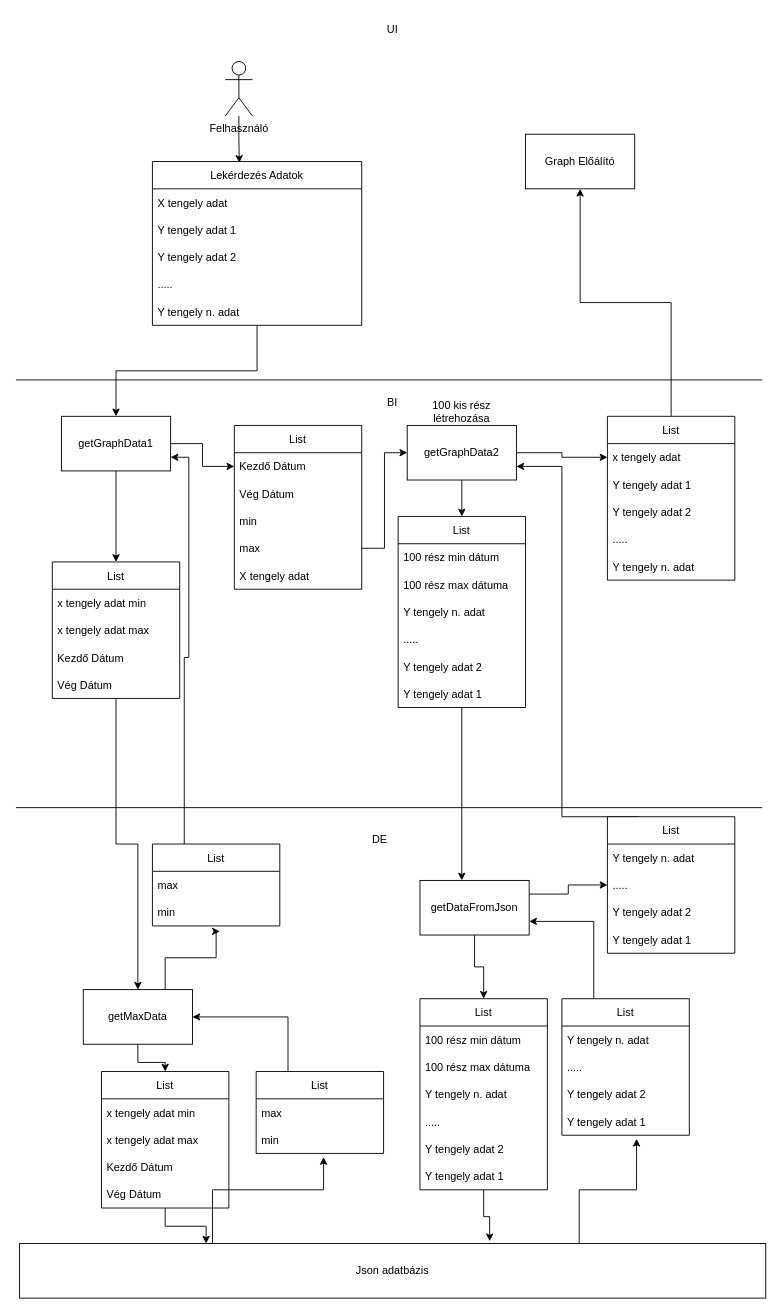
The draw.io diagram Megnevezetlen diagram.drawio in Cryptologusok/criptologusok, before the edit. Source tidied: cells renumbered, new cells numbered last; positions are measured from the earlier drawing's top-left corner, leaving out a move shared by most shapes. Both pictures are drawn from the tidied source at 91%, with x=0, y=0 at pixel (15, 15).
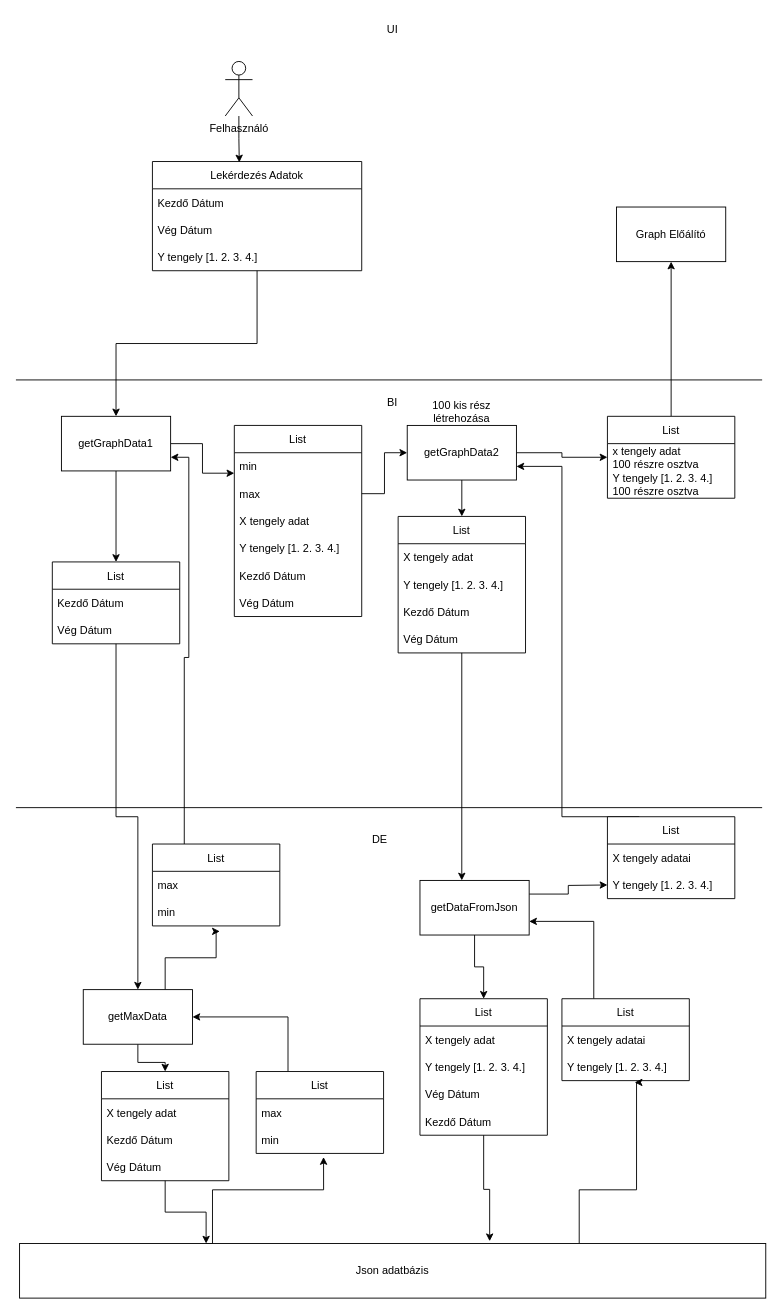
The same page after the edit.

The change refers to these unchanged cells:
```xml
<mxCell id="30" value="Json adatbázis" style="rounded=0;whiteSpace=wrap;html=1;" parent="1" vertex="1">
  <mxGeometry x="4" y="1349" width="820" height="60" as="geometry" />
</mxCell>
<mxCell id="66" value="getDataFromJson" style="rounded=0;whiteSpace=wrap;html=1;" parent="1" vertex="1">
  <mxGeometry x="444" y="950" width="120" height="60" as="geometry" />
</mxCell>
```

Diff of the diagram source:
```diff
@@
     <mxCell id="3" value="Lekérdezés Adatok" style="swimlane;fontStyle=0;horizontal=1;startSize=30;" parent="1" vertex="1">
-      <mxGeometry x="150" y="160" width="230" height="180" as="geometry" />
+      <mxGeometry x="150" y="160" width="230" height="120" as="geometry" />
     </mxCell>
-    <mxCell id="4" value="X tengely adat" style="text;strokeColor=none;fillColor=none;align=left;verticalAlign=middle;spacingLeft=4;spacingRight=4;overflow=hidden;" parent="3" vertex="1">
-      <mxGeometry y="30" width="230" height="30" as="geometry" />
-    </mxCell>
-    <mxCell id="5" value="Y tengely adat 1" style="text;strokeColor=none;fillColor=none;align=left;verticalAlign=middle;spacingLeft=4;spacingRight=4;overflow=hidden;" parent="3" vertex="1">
-      <mxGeometry y="60" width="230" height="30" as="geometry" />
-    </mxCell>
-    <mxCell id="6" value="Y tengely adat 2" style="text;strokeColor=none;fillColor=none;align=left;verticalAlign=middle;spacingLeft=4;spacingRight=4;overflow=hidden;" parent="3" vertex="1">
-      <mxGeometry y="90" width="230" height="30" as="geometry" />
-    </mxCell>
-    <mxCell id="7" value="....." style="text;strokeColor=none;fillColor=none;align=left;verticalAlign=middle;spacingLeft=4;spacingRight=4;overflow=hidden;" parent="3" vertex="1">
-      <mxGeometry y="120" width="230" height="30" as="geometry" />
-    </mxCell>
+    <mxCell id="49" value="Kezdő Dátum" style="text;strokeColor=none;fillColor=none;align=left;verticalAlign=middle;spacingLeft=4;spacingRight=4;overflow=hidden;" parent="3" vertex="1">
+      <mxGeometry y="30" width="230" height="30" as="geometry" />
+    </mxCell>
+    <mxCell id="50" value="Vég Dátum" style="text;strokeColor=none;fillColor=none;align=left;verticalAlign=middle;spacingLeft=4;spacingRight=4;overflow=hidden;" parent="3" vertex="1">
+      <mxGeometry y="60" width="230" height="30" as="geometry" />
+    </mxCell>
-    <mxCell id="8" value="Y tengely n. adat" style="text;strokeColor=none;fillColor=none;align=left;verticalAlign=middle;spacingLeft=4;spacingRight=4;overflow=hidden;" parent="3" vertex="1">
-      <mxGeometry y="150" width="230" height="30" as="geometry" />
+    <mxCell id="8" value="Y tengely [1. 2. 3. 4.]" style="text;strokeColor=none;fillColor=none;align=left;verticalAlign=middle;spacingLeft=4;spacingRight=4;overflow=hidden;" parent="3" vertex="1">
+      <mxGeometry y="90" width="230" height="30" as="geometry" />
     </mxCell>
@@
     <mxCell id="18" value="List" style="swimlane;fontStyle=0;horizontal=1;startSize=30;" parent="1" vertex="1">
-      <mxGeometry x="40" y="600" width="140" height="150" as="geometry" />
+      <mxGeometry x="40" y="600" width="140" height="90" as="geometry" />
     </mxCell>
-    <mxCell id="19" value="x tengely adat min" style="text;strokeColor=none;fillColor=none;align=left;verticalAlign=middle;spacingLeft=4;spacingRight=4;overflow=hidden;" parent="18" vertex="1">
-      <mxGeometry y="30" width="140" height="30" as="geometry" />
-    </mxCell>
-    <mxCell id="20" value="x tengely adat max" style="text;strokeColor=none;fillColor=none;align=left;verticalAlign=middle;spacingLeft=4;spacingRight=4;overflow=hidden;" parent="18" vertex="1">
-      <mxGeometry y="60" width="140" height="30" as="geometry" />
-    </mxCell>
     <mxCell id="21" value="Kezdő Dátum" style="text;strokeColor=none;fillColor=none;align=left;verticalAlign=middle;spacingLeft=4;spacingRight=4;overflow=hidden;" parent="18" vertex="1">
-      <mxGeometry y="90" width="140" height="30" as="geometry" />
+      <mxGeometry y="30" width="140" height="30" as="geometry" />
     </mxCell>
     <mxCell id="22" value="Vég Dátum" style="text;strokeColor=none;fillColor=none;align=left;verticalAlign=middle;spacingLeft=4;spacingRight=4;overflow=hidden;" parent="18" vertex="1">
-      <mxGeometry y="120" width="140" height="30" as="geometry" />
+      <mxGeometry y="60" width="140" height="30" as="geometry" />
     </mxCell>
@@
-    <mxCell id="29" style="edgeStyle=orthogonalEdgeStyle;rounded=0;jettySize=auto;html=1;exitX=0.75;exitY=0;exitDx=0;exitDy=0;entryX=0.586;entryY=1.133;entryDx=0;entryDy=0;entryPerimeter=0;" parent="1" edge="1" source="30" target="80">
+    <mxCell id="29" style="edgeStyle=orthogonalEdgeStyle;rounded=0;jettySize=auto;html=1;exitX=0.75;exitY=0;exitDx=0;exitDy=0;entryX=0.571;entryY=1.067;entryDx=0;entryDy=0;entryPerimeter=0;" parent="1" edge="1" source="30" target="107">
       <mxGeometry relative="1" as="geometry">
         <Array as="points">
           <mxPoint x="619" y="1290" />
           <mxPoint x="682" y="1290" />
+          <mxPoint x="682" y="1172" />
         </Array>
       </mxGeometry>
     </mxCell>
@@
     <mxCell id="32" value="List" style="swimlane;fontStyle=0;horizontal=1;startSize=30;" parent="1" vertex="1">
-      <mxGeometry x="94" y="1160" width="140" height="150" as="geometry" />
+      <mxGeometry x="94" y="1160" width="140" height="120" as="geometry" />
     </mxCell>
-    <mxCell id="33" value="x tengely adat min" style="text;strokeColor=none;fillColor=none;align=left;verticalAlign=middle;spacingLeft=4;spacingRight=4;overflow=hidden;" parent="32" vertex="1">
-      <mxGeometry y="30" width="140" height="30" as="geometry" />
-    </mxCell>
-    <mxCell id="34" value="x tengely adat max" style="text;strokeColor=none;fillColor=none;align=left;verticalAlign=middle;spacingLeft=4;spacingRight=4;overflow=hidden;" parent="32" vertex="1">
-      <mxGeometry y="60" width="140" height="30" as="geometry" />
-    </mxCell>
+    <mxCell id="4" value="X tengely adat" style="text;strokeColor=none;fillColor=none;align=left;verticalAlign=middle;spacingLeft=4;spacingRight=4;overflow=hidden;" parent="32" vertex="1">
+      <mxGeometry y="30" width="140" height="30" as="geometry" />
+    </mxCell>
     <mxCell id="35" value="Kezdő Dátum" style="text;strokeColor=none;fillColor=none;align=left;verticalAlign=middle;spacingLeft=4;spacingRight=4;overflow=hidden;" parent="32" vertex="1">
-      <mxGeometry y="90" width="140" height="30" as="geometry" />
+      <mxGeometry y="60" width="140" height="30" as="geometry" />
     </mxCell>
     <mxCell id="36" value="Vég Dátum" style="text;strokeColor=none;fillColor=none;align=left;verticalAlign=middle;spacingLeft=4;spacingRight=4;overflow=hidden;" parent="32" vertex="1">
-      <mxGeometry y="120" width="140" height="30" as="geometry" />
+      <mxGeometry y="90" width="140" height="30" as="geometry" />
     </mxCell>
@@
     <mxCell id="48" value="List" style="swimlane;fontStyle=0;horizontal=1;startSize=30;" parent="1" vertex="1">
-      <mxGeometry x="240" y="450" width="140" height="180" as="geometry" />
+      <mxGeometry x="240" y="450" width="140" height="210" as="geometry" />
     </mxCell>
-    <mxCell id="49" value="Kezdő Dátum" style="text;strokeColor=none;fillColor=none;align=left;verticalAlign=middle;spacingLeft=4;spacingRight=4;overflow=hidden;" parent="48" vertex="1">
-      <mxGeometry y="30" width="140" height="30" as="geometry" />
-    </mxCell>
-    <mxCell id="50" value="Vég Dátum" style="text;strokeColor=none;fillColor=none;align=left;verticalAlign=middle;spacingLeft=4;spacingRight=4;overflow=hidden;" parent="48" vertex="1">
-      <mxGeometry y="60" width="140" height="30" as="geometry" />
-    </mxCell>
     <mxCell id="51" value="min" style="text;strokeColor=none;fillColor=none;align=left;verticalAlign=middle;spacingLeft=4;spacingRight=4;overflow=hidden;" parent="48" vertex="1">
-      <mxGeometry y="90" width="140" height="30" as="geometry" />
+      <mxGeometry y="30" width="140" height="30" as="geometry" />
     </mxCell>
     <mxCell id="52" value="max" style="text;strokeColor=none;fillColor=none;align=left;verticalAlign=middle;spacingLeft=4;spacingRight=4;overflow=hidden;points=[[0,0.5],[1,0.5]];portConstraint=eastwest;" parent="48" vertex="1">
-      <mxGeometry y="120" width="140" height="30" as="geometry" />
+      <mxGeometry y="60" width="140" height="30" as="geometry" />
     </mxCell>
     <mxCell id="53" value="X tengely adat" style="text;strokeColor=none;fillColor=none;align=left;verticalAlign=middle;spacingLeft=4;spacingRight=4;overflow=hidden;" parent="48" vertex="1">
-      <mxGeometry y="150" width="140" height="30" as="geometry" />
+      <mxGeometry y="90" width="140" height="30" as="geometry" />
     </mxCell>
+    <mxCell id="95" value="Y tengely [1. 2. 3. 4.]" style="text;strokeColor=none;fillColor=none;align=left;verticalAlign=middle;spacingLeft=4;spacingRight=4;overflow=hidden;" parent="48" vertex="1">
+      <mxGeometry y="120" width="140" height="30" as="geometry" />
+    </mxCell>
+    <mxCell id="96" value="Kezdő Dátum" style="text;strokeColor=none;fillColor=none;align=left;verticalAlign=middle;spacingLeft=4;spacingRight=4;overflow=hidden;" parent="48" vertex="1">
+      <mxGeometry y="150" width="140" height="30" as="geometry" />
+    </mxCell>
+    <mxCell id="97" value="Vég Dátum" style="text;strokeColor=none;fillColor=none;align=left;verticalAlign=middle;spacingLeft=4;spacingRight=4;overflow=hidden;" parent="48" vertex="1">
+      <mxGeometry y="180" width="140" height="30" as="geometry" />
+    </mxCell>
@@
     <mxCell id="56" value="List" style="swimlane;fontStyle=0;horizontal=1;startSize=30;" parent="1" vertex="1">
-      <mxGeometry x="420" y="550" width="140" height="210" as="geometry" />
+      <mxGeometry x="420" y="550" width="140" height="150" as="geometry" />
     </mxCell>
-    <mxCell id="57" value="100 rész min dátum" style="text;strokeColor=none;fillColor=none;align=left;verticalAlign=middle;spacingLeft=4;spacingRight=4;overflow=hidden;" parent="56" vertex="1">
-      <mxGeometry y="30" width="140" height="30" as="geometry" />
-    </mxCell>
-    <mxCell id="58" value="100 rész max dátuma" style="text;strokeColor=none;fillColor=none;align=left;verticalAlign=middle;spacingLeft=4;spacingRight=4;overflow=hidden;" parent="56" vertex="1">
-      <mxGeometry y="60" width="140" height="30" as="geometry" />
-    </mxCell>
-    <mxCell id="59" value="Y tengely n. adat" style="text;strokeColor=none;fillColor=none;align=left;verticalAlign=middle;spacingLeft=4;spacingRight=4;overflow=hidden;" parent="56" vertex="1">
-      <mxGeometry y="90" width="140" height="30" as="geometry" />
-    </mxCell>
-    <mxCell id="60" value="....." style="text;strokeColor=none;fillColor=none;align=left;verticalAlign=middle;spacingLeft=4;spacingRight=4;overflow=hidden;" parent="56" vertex="1">
-      <mxGeometry y="120" width="140" height="30" as="geometry" />
-    </mxCell>
-    <mxCell id="61" value="Y tengely adat 2" style="text;strokeColor=none;fillColor=none;align=left;verticalAlign=middle;spacingLeft=4;spacingRight=4;overflow=hidden;" parent="56" vertex="1">
-      <mxGeometry y="150" width="140" height="30" as="geometry" />
-    </mxCell>
-    <mxCell id="62" value="Y tengely adat 1" style="text;strokeColor=none;fillColor=none;align=left;verticalAlign=middle;spacingLeft=4;spacingRight=4;overflow=hidden;" parent="56" vertex="1">
-      <mxGeometry y="180" width="140" height="30" as="geometry" />
-    </mxCell>
+    <mxCell id="98" value="X tengely adat" style="text;strokeColor=none;fillColor=none;align=left;verticalAlign=middle;spacingLeft=4;spacingRight=4;overflow=hidden;" parent="56" vertex="1">
+      <mxGeometry y="30" width="140" height="30" as="geometry" />
+    </mxCell>
+    <mxCell id="99" value="Y tengely [1. 2. 3. 4.]" style="text;strokeColor=none;fillColor=none;align=left;verticalAlign=middle;spacingLeft=4;spacingRight=4;overflow=hidden;" parent="56" vertex="1">
+      <mxGeometry y="60" width="140" height="30" as="geometry" />
+    </mxCell>
+    <mxCell id="100" value="Kezdő Dátum" style="text;strokeColor=none;fillColor=none;align=left;verticalAlign=middle;spacingLeft=4;spacingRight=4;overflow=hidden;" parent="56" vertex="1">
+      <mxGeometry y="90" width="140" height="30" as="geometry" />
+    </mxCell>
+    <mxCell id="101" value="Vég Dátum" style="text;strokeColor=none;fillColor=none;align=left;verticalAlign=middle;spacingLeft=4;spacingRight=4;overflow=hidden;" parent="56" vertex="1">
+      <mxGeometry y="120" width="140" height="30" as="geometry" />
+    </mxCell>
@@
-    <mxCell id="65" style="edgeStyle=orthogonalEdgeStyle;rounded=0;jettySize=auto;html=1;exitX=1;exitY=0.25;exitDx=0;exitDy=0;entryX=0;entryY=0.5;entryDx=0;entryDy=0;" parent="1" edge="1" source="66" target="84">
-      <mxGeometry relative="1" as="geometry" />
+    <mxCell id="65" style="edgeStyle=orthogonalEdgeStyle;rounded=0;jettySize=auto;html=1;exitX=1;exitY=0.25;exitDx=0;exitDy=0;entryX=0;entryY=0.5;entryDx=0;entryDy=0;" parent="1" edge="1" source="66">
+      <mxGeometry relative="1" as="geometry">
+        <mxPoint x="650" y="955" as="targetPoint" />
+      </mxGeometry>
     </mxCell>
@@
     <mxCell id="68" value="List" style="swimlane;fontStyle=0;horizontal=1;startSize=30;" parent="1" vertex="1">
-      <mxGeometry x="444" y="1080" width="140" height="210" as="geometry" />
+      <mxGeometry x="444" y="1080" width="140" height="150" as="geometry" />
     </mxCell>
-    <mxCell id="69" value="100 rész min dátum" style="text;strokeColor=none;fillColor=none;align=left;verticalAlign=middle;spacingLeft=4;spacingRight=4;overflow=hidden;" parent="68" vertex="1">
-      <mxGeometry y="30" width="140" height="30" as="geometry" />
-    </mxCell>
-    <mxCell id="70" value="100 rész max dátuma" style="text;strokeColor=none;fillColor=none;align=left;verticalAlign=middle;spacingLeft=4;spacingRight=4;overflow=hidden;" parent="68" vertex="1">
-      <mxGeometry y="60" width="140" height="30" as="geometry" />
-    </mxCell>
-    <mxCell id="71" value="Y tengely n. adat" style="text;strokeColor=none;fillColor=none;align=left;verticalAlign=middle;spacingLeft=4;spacingRight=4;overflow=hidden;" parent="68" vertex="1">
-      <mxGeometry y="90" width="140" height="30" as="geometry" />
-    </mxCell>
-    <mxCell id="72" value="....." style="text;strokeColor=none;fillColor=none;align=left;verticalAlign=middle;spacingLeft=4;spacingRight=4;overflow=hidden;" parent="68" vertex="1">
-      <mxGeometry y="120" width="140" height="30" as="geometry" />
-    </mxCell>
-    <mxCell id="73" value="Y tengely adat 2" style="text;strokeColor=none;fillColor=none;align=left;verticalAlign=middle;spacingLeft=4;spacingRight=4;overflow=hidden;" parent="68" vertex="1">
-      <mxGeometry y="150" width="140" height="30" as="geometry" />
-    </mxCell>
-    <mxCell id="74" value="Y tengely adat 1" style="text;strokeColor=none;fillColor=none;align=left;verticalAlign=middle;spacingLeft=4;spacingRight=4;overflow=hidden;" parent="68" vertex="1">
-      <mxGeometry y="180" width="140" height="30" as="geometry" />
-    </mxCell>
+    <mxCell id="102" value="X tengely adat" style="text;strokeColor=none;fillColor=none;align=left;verticalAlign=middle;spacingLeft=4;spacingRight=4;overflow=hidden;" parent="68" vertex="1">
+      <mxGeometry y="30" width="140" height="30" as="geometry" />
+    </mxCell>
+    <mxCell id="103" value="Y tengely [1. 2. 3. 4.]" style="text;strokeColor=none;fillColor=none;align=left;verticalAlign=middle;spacingLeft=4;spacingRight=4;overflow=hidden;" parent="68" vertex="1">
+      <mxGeometry y="60" width="140" height="30" as="geometry" />
+    </mxCell>
+    <mxCell id="104" value="Vég Dátum" style="text;strokeColor=none;fillColor=none;align=left;verticalAlign=middle;spacingLeft=4;spacingRight=4;overflow=hidden;" parent="68" vertex="1">
+      <mxGeometry y="90" width="140" height="30" as="geometry" />
+    </mxCell>
+    <mxCell id="105" value="Kezdő Dátum" style="text;strokeColor=none;fillColor=none;align=left;verticalAlign=middle;spacingLeft=4;spacingRight=4;overflow=hidden;" parent="68" vertex="1">
+      <mxGeometry y="120" width="140" height="30" as="geometry" />
+    </mxCell>
@@
     <mxCell id="76" value="List" style="swimlane;fontStyle=0;horizontal=1;startSize=30;" parent="1" vertex="1">
-      <mxGeometry x="600" y="1080" width="140" height="150" as="geometry" />
+      <mxGeometry x="600" y="1080" width="140" height="90" as="geometry" />
     </mxCell>
-    <mxCell id="77" value="Y tengely n. adat" style="text;strokeColor=none;fillColor=none;align=left;verticalAlign=middle;spacingLeft=4;spacingRight=4;overflow=hidden;" parent="76" vertex="1">
-      <mxGeometry y="30" width="140" height="30" as="geometry" />
-    </mxCell>
-    <mxCell id="78" value="....." style="text;strokeColor=none;fillColor=none;align=left;verticalAlign=middle;spacingLeft=4;spacingRight=4;overflow=hidden;" parent="76" vertex="1">
-      <mxGeometry y="60" width="140" height="30" as="geometry" />
-    </mxCell>
-    <mxCell id="79" value="Y tengely adat 2" style="text;strokeColor=none;fillColor=none;align=left;verticalAlign=middle;spacingLeft=4;spacingRight=4;overflow=hidden;" parent="76" vertex="1">
-      <mxGeometry y="90" width="140" height="30" as="geometry" />
-    </mxCell>
-    <mxCell id="80" value="Y tengely adat 1" style="text;strokeColor=none;fillColor=none;align=left;verticalAlign=middle;spacingLeft=4;spacingRight=4;overflow=hidden;points=[[0,0.5],[1,0.5]];portConstraint=eastwest;" parent="76" vertex="1">
-      <mxGeometry y="120" width="140" height="30" as="geometry" />
-    </mxCell>
+    <mxCell id="106" value="X tengely adatai" style="text;strokeColor=none;fillColor=none;align=left;verticalAlign=middle;spacingLeft=4;spacingRight=4;overflow=hidden;" parent="76" vertex="1">
+      <mxGeometry y="30" width="140" height="30" as="geometry" />
+    </mxCell>
+    <mxCell id="107" value="Y tengely [1. 2. 3. 4.]" style="text;strokeColor=none;fillColor=none;align=left;verticalAlign=middle;spacingLeft=4;spacingRight=4;overflow=hidden;points=[[0,0.5],[1,0.5]];portConstraint=eastwest;" parent="76" vertex="1">
+      <mxGeometry y="60" width="140" height="30" as="geometry" />
+    </mxCell>
@@
     <mxCell id="82" value="List" style="swimlane;fontStyle=0;horizontal=1;startSize=30;" parent="1" vertex="1">
-      <mxGeometry x="650" y="880" width="140" height="150" as="geometry" />
+      <mxGeometry x="650" y="880" width="140" height="90" as="geometry" />
     </mxCell>
-    <mxCell id="83" value="Y tengely n. adat" style="text;strokeColor=none;fillColor=none;align=left;verticalAlign=middle;spacingLeft=4;spacingRight=4;overflow=hidden;" parent="82" vertex="1">
-      <mxGeometry y="30" width="140" height="30" as="geometry" />
-    </mxCell>
-    <mxCell id="84" value="....." style="text;strokeColor=none;fillColor=none;align=left;verticalAlign=middle;spacingLeft=4;spacingRight=4;overflow=hidden;points=[[0,0.5],[1,0.5]];portConstraint=eastwest;" parent="82" vertex="1">
-      <mxGeometry y="60" width="140" height="30" as="geometry" />
-    </mxCell>
-    <mxCell id="85" value="Y tengely adat 2" style="text;strokeColor=none;fillColor=none;align=left;verticalAlign=middle;spacingLeft=4;spacingRight=4;overflow=hidden;" parent="82" vertex="1">
-      <mxGeometry y="90" width="140" height="30" as="geometry" />
-    </mxCell>
-    <mxCell id="86" value="Y tengely adat 1" style="text;strokeColor=none;fillColor=none;align=left;verticalAlign=middle;spacingLeft=4;spacingRight=4;overflow=hidden;" parent="82" vertex="1">
-      <mxGeometry y="120" width="140" height="30" as="geometry" />
-    </mxCell>
+    <mxCell id="108" value="X tengely adatai" style="text;strokeColor=none;fillColor=none;align=left;verticalAlign=middle;spacingLeft=4;spacingRight=4;overflow=hidden;" parent="82" vertex="1">
+      <mxGeometry y="30" width="140" height="30" as="geometry" />
+    </mxCell>
+    <mxCell id="109" value="Y tengely [1. 2. 3. 4.]" style="text;strokeColor=none;fillColor=none;align=left;verticalAlign=middle;spacingLeft=4;spacingRight=4;overflow=hidden;" parent="82" vertex="1">
+      <mxGeometry y="60" width="140" height="30" as="geometry" />
+    </mxCell>
     <mxCell id="87" value="Graph Előálító" style="rounded=0;whiteSpace=wrap;html=1;" parent="1" vertex="1">
-      <mxGeometry x="560" y="130" width="120" height="60" as="geometry" />
+      <mxGeometry x="660" y="210" width="120" height="60" as="geometry" />
     </mxCell>
@@
     <mxCell id="89" value="List" style="swimlane;fontStyle=0;horizontal=1;startSize=30;" parent="1" vertex="1">
-      <mxGeometry x="650" y="440" width="140" height="180" as="geometry" />
+      <mxGeometry x="650" y="440" width="140" height="90" as="geometry" />
     </mxCell>
-    <mxCell id="90" value="x tengely adat" style="text;strokeColor=none;fillColor=none;align=left;verticalAlign=middle;spacingLeft=4;spacingRight=4;overflow=hidden;points=[[0,0.5],[1,0.5]];portConstraint=eastwest;" parent="89" vertex="1">
+    <mxCell id="90" value="x tengely adat &#10;100 részre osztva" style="text;strokeColor=none;fillColor=none;align=left;verticalAlign=middle;spacingLeft=4;spacingRight=4;overflow=hidden;points=[[0,0.5],[1,0.5]];portConstraint=eastwest;" parent="89" vertex="1">
       <mxGeometry y="30" width="140" height="30" as="geometry" />
     </mxCell>
-    <mxCell id="91" value="Y tengely adat 1" style="text;strokeColor=none;fillColor=none;align=left;verticalAlign=middle;spacingLeft=4;spacingRight=4;overflow=hidden;" parent="89" vertex="1">
-      <mxGeometry y="60" width="140" height="30" as="geometry" />
-    </mxCell>
-    <mxCell id="92" value="Y tengely adat 2" style="text;strokeColor=none;fillColor=none;align=left;verticalAlign=middle;spacingLeft=4;spacingRight=4;overflow=hidden;" parent="89" vertex="1">
-      <mxGeometry y="90" width="140" height="30" as="geometry" />
-    </mxCell>
-    <mxCell id="93" value="....." style="text;strokeColor=none;fillColor=none;align=left;verticalAlign=middle;spacingLeft=4;spacingRight=4;overflow=hidden;" parent="89" vertex="1">
-      <mxGeometry y="120" width="140" height="30" as="geometry" />
-    </mxCell>
-    <mxCell id="94" value="Y tengely n. adat" style="text;strokeColor=none;fillColor=none;align=left;verticalAlign=middle;spacingLeft=4;spacingRight=4;overflow=hidden;" parent="89" vertex="1">
-      <mxGeometry y="150" width="140" height="30" as="geometry" />
-    </mxCell>
+    <mxCell id="110" value="Y tengely [1. 2. 3. 4.]&#10;100 részre osztva" style="text;strokeColor=none;fillColor=none;align=left;verticalAlign=middle;spacingLeft=4;spacingRight=4;overflow=hidden;" parent="89" vertex="1">
+      <mxGeometry y="60" width="140" height="30" as="geometry" />
+    </mxCell>
```
